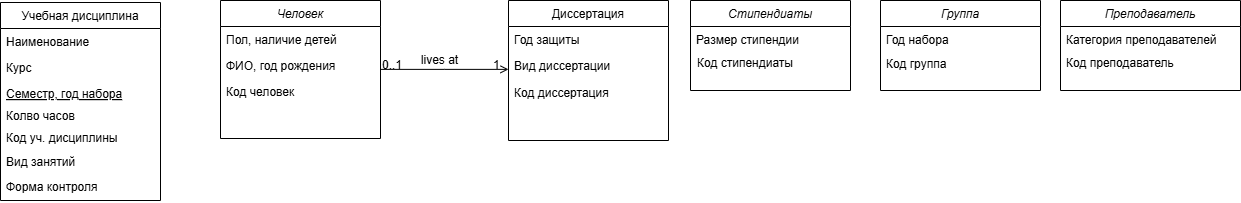
The draw.io diagram БД 2 Хорошилова.drawio.png in ksinph/PSTU_LABS_2023, before a commit. Source tidied: cells renumbered, new cells last; positions are measured from the earlier drawing's top-left corner, leaving out a move shared by most shapes. The source it was exported from:
```xml
<mxGraphModel>
  <root>
    <mxCell id="0" />
    <mxCell id="1" parent="0" />
    <mxCell id="2" value="Человек" style="swimlane;fontStyle=2;align=center;verticalAlign=top;horizontal=1;startSize=26;rounded=0;shadow=0;strokeWidth=1;" parent="1" vertex="1">
      <mxGeometry x="220" width="160" height="138" as="geometry" />
    </mxCell>
    <mxCell id="3" value="Пол, наличие детей" style="text;align=left;verticalAlign=top;spacingLeft=4;spacingRight=4;overflow=hidden;" parent="2" vertex="1">
      <mxGeometry y="26" width="160" height="26" as="geometry" />
    </mxCell>
    <mxCell id="4" value="ФИО, год рождения" style="text;align=left;verticalAlign=top;spacingLeft=4;spacingRight=4;overflow=hidden;rounded=0;shadow=0;html=0;" parent="2" vertex="1">
      <mxGeometry y="52" width="160" height="26" as="geometry" />
    </mxCell>
    <mxCell id="5" value="Код человек" style="text;align=left;verticalAlign=top;spacingLeft=4;spacingRight=4;overflow=hidden;rounded=0;shadow=0;html=0;" parent="2" vertex="1">
      <mxGeometry y="78" width="160" height="26" as="geometry" />
    </mxCell>
    <mxCell id="6" value="Учебная дисциплина" style="swimlane;fontStyle=0;align=center;verticalAlign=top;horizontal=1;startSize=26;rounded=0;shadow=0;strokeWidth=1;" parent="1" vertex="1">
      <mxGeometry y="2" width="160" height="198" as="geometry" />
    </mxCell>
    <mxCell id="7" value="Наименование" style="text;align=left;verticalAlign=top;spacingLeft=4;spacingRight=4;overflow=hidden;" parent="6" vertex="1">
      <mxGeometry y="26" width="160" height="26" as="geometry" />
    </mxCell>
    <mxCell id="8" value="Курс" style="text;align=left;verticalAlign=top;spacingLeft=4;spacingRight=4;overflow=hidden;rounded=0;shadow=0;html=0;" parent="6" vertex="1">
      <mxGeometry y="52" width="160" height="26" as="geometry" />
    </mxCell>
    <mxCell id="9" value="Семестр, год набора" style="text;align=left;verticalAlign=top;spacingLeft=4;spacingRight=4;overflow=hidden;fontStyle=4;" parent="6" vertex="1">
      <mxGeometry y="78" width="160" height="22" as="geometry" />
    </mxCell>
    <mxCell id="10" value="Колво часов" style="text;align=left;verticalAlign=top;spacingLeft=4;spacingRight=4;overflow=hidden;" parent="6" vertex="1">
      <mxGeometry y="100" width="160" height="26" as="geometry" />
    </mxCell>
    <mxCell id="11" value="Диссертация" style="swimlane;fontStyle=0;align=center;verticalAlign=top;horizontal=1;startSize=26;rounded=0;shadow=0;strokeWidth=1;" parent="1" vertex="1">
      <mxGeometry x="508" width="160" height="140" as="geometry" />
    </mxCell>
    <mxCell id="12" value="Год защиты" style="text;align=left;verticalAlign=top;spacingLeft=4;spacingRight=4;overflow=hidden;" parent="11" vertex="1">
      <mxGeometry y="26" width="160" height="26" as="geometry" />
    </mxCell>
    <mxCell id="13" value="Вид диссертации" style="text;align=left;verticalAlign=top;spacingLeft=4;spacingRight=4;overflow=hidden;rounded=0;shadow=0;html=0;" parent="11" vertex="1">
      <mxGeometry y="52" width="160" height="26" as="geometry" />
    </mxCell>
    <mxCell id="14" style="endArrow=open;shadow=0;strokeWidth=1;rounded=0;curved=0;endFill=1;edgeStyle=elbowEdgeStyle;elbow=vertical;" parent="1" edge="1" source="2" target="11">
      <mxGeometry x="0.5" y="41" relative="1" as="geometry">
        <mxPoint x="-40" y="32" as="offset" />
      </mxGeometry>
    </mxCell>
    <mxCell id="15" value="0..1" style="align=left;verticalAlign=bottom;labelBackgroundColor=none;fontSize=12;" parent="14" vertex="1">
      <mxGeometry x="-1" relative="1" as="geometry">
        <mxPoint y="4" as="offset" />
      </mxGeometry>
    </mxCell>
    <mxCell id="16" value="1" style="align=right;verticalAlign=bottom;labelBackgroundColor=none;fontSize=12;" parent="14" vertex="1">
      <mxGeometry x="1" relative="1" as="geometry">
        <mxPoint x="-7" y="4" as="offset" />
      </mxGeometry>
    </mxCell>
    <mxCell id="17" value="lives at" style="text;html=1;align=center;verticalAlign=middle;labelBackgroundColor=none;rounded=0;shadow=0;strokeWidth=1;fontSize=12;" parent="14" vertex="1">
      <mxGeometry x="0.5" y="49" relative="1" as="geometry">
        <mxPoint x="-38" y="40" as="offset" />
      </mxGeometry>
    </mxCell>
    <mxCell id="18" value="Вид занятий" style="text;align=left;verticalAlign=top;spacingLeft=4;spacingRight=4;overflow=hidden;" parent="1" vertex="1">
      <mxGeometry y="148" width="160" height="26" as="geometry" />
    </mxCell>
    <mxCell id="19" value="Форма контроля" style="text;align=left;verticalAlign=top;spacingLeft=4;spacingRight=4;overflow=hidden;" parent="1" vertex="1">
      <mxGeometry y="173" width="160" height="26" as="geometry" />
    </mxCell>
    <mxCell id="20" value="Стипендиаты" style="swimlane;fontStyle=2;align=center;verticalAlign=top;horizontal=1;startSize=26;rounded=0;shadow=0;strokeWidth=1;" parent="1" vertex="1">
      <mxGeometry x="690" width="160" height="90" as="geometry" />
    </mxCell>
    <mxCell id="21" value="Размер стипендии" style="text;align=left;verticalAlign=top;spacingLeft=4;spacingRight=4;overflow=hidden;" parent="20" vertex="1">
      <mxGeometry y="26" width="160" height="26" as="geometry" />
    </mxCell>
    <mxCell id="22" value="Группа" style="swimlane;fontStyle=2;align=center;verticalAlign=top;horizontal=1;startSize=26;rounded=0;shadow=0;strokeWidth=1;" parent="1" vertex="1">
      <mxGeometry x="880" width="160" height="90" as="geometry" />
    </mxCell>
    <mxCell id="23" value="Год набора" style="text;align=left;verticalAlign=top;spacingLeft=4;spacingRight=4;overflow=hidden;" parent="22" vertex="1">
      <mxGeometry y="26" width="160" height="26" as="geometry" />
    </mxCell>
    <mxCell id="24" value="Преподаватель" style="swimlane;fontStyle=2;align=center;verticalAlign=top;horizontal=1;startSize=26;rounded=0;shadow=0;strokeWidth=1;" parent="1" vertex="1">
      <mxGeometry x="1060" width="180" height="90" as="geometry" />
    </mxCell>
    <mxCell id="25" value="Категория преподавателей" style="text;align=left;verticalAlign=top;spacingLeft=4;spacingRight=4;overflow=hidden;" parent="24" vertex="1">
      <mxGeometry y="26" width="180" height="26" as="geometry" />
    </mxCell>
    <mxCell id="26" value="Код уч. дисциплины" style="text;align=left;verticalAlign=top;spacingLeft=4;spacingRight=4;overflow=hidden;" parent="1" vertex="1">
      <mxGeometry y="124" width="160" height="26" as="geometry" />
    </mxCell>
    <mxCell id="27" value="Код диссертация" style="text;align=left;verticalAlign=top;spacingLeft=4;spacingRight=4;overflow=hidden;rounded=0;shadow=0;html=0;" parent="1" vertex="1">
      <mxGeometry x="508" y="79" width="160" height="26" as="geometry" />
    </mxCell>
    <mxCell id="28" value="Код стипендиаты" style="text;align=left;verticalAlign=top;spacingLeft=4;spacingRight=4;overflow=hidden;" parent="1" vertex="1">
      <mxGeometry x="691" y="49" width="160" height="26" as="geometry" />
    </mxCell>
    <mxCell id="29" value="Код группа" style="text;align=left;verticalAlign=top;spacingLeft=4;spacingRight=4;overflow=hidden;" parent="1" vertex="1">
      <mxGeometry x="880" y="50" width="160" height="26" as="geometry" />
    </mxCell>
    <mxCell id="30" value="Код преподаватель" style="text;align=left;verticalAlign=top;spacingLeft=4;spacingRight=4;overflow=hidden;" parent="1" vertex="1">
      <mxGeometry x="1060" y="49" width="180" height="26" as="geometry" />
    </mxCell>
  </root>
</mxGraphModel>
```
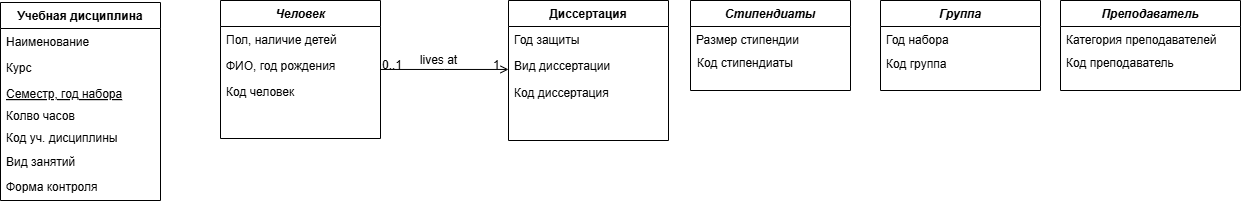
After the commit.

What changed in the source:
```diff
@@ -2,7 +2,7 @@
   <root>
     <mxCell id="0" />
     <mxCell id="1" parent="0" />
-    <mxCell id="2" value="Человек" style="swimlane;fontStyle=2;align=center;verticalAlign=top;horizontal=1;startSize=26;rounded=0;shadow=0;strokeWidth=1;" parent="1" vertex="1">
+    <mxCell id="2" value="Человек" style="swimlane;fontStyle=3;align=center;verticalAlign=top;horizontal=1;startSize=26;rounded=0;shadow=0;strokeWidth=1;" parent="1" vertex="1">
       <mxGeometry x="220" width="160" height="138" as="geometry" />
     </mxCell>
     <mxCell id="3" value="Пол, наличие детей" style="text;align=left;verticalAlign=top;spacingLeft=4;spacingRight=4;overflow=hidden;" parent="2" vertex="1">
@@ -14,7 +14,7 @@
     <mxCell id="5" value="Код человек" style="text;align=left;verticalAlign=top;spacingLeft=4;spacingRight=4;overflow=hidden;rounded=0;shadow=0;html=0;" parent="2" vertex="1">
       <mxGeometry y="78" width="160" height="26" as="geometry" />
     </mxCell>
-    <mxCell id="6" value="Учебная дисциплина" style="swimlane;fontStyle=0;align=center;verticalAlign=top;horizontal=1;startSize=26;rounded=0;shadow=0;strokeWidth=1;" parent="1" vertex="1">
+    <mxCell id="6" value="Учебная дисциплина" style="swimlane;fontStyle=1;align=center;verticalAlign=top;horizontal=1;startSize=26;rounded=0;shadow=0;strokeWidth=1;" parent="1" vertex="1">
       <mxGeometry y="2" width="160" height="198" as="geometry" />
     </mxCell>
     <mxCell id="7" value="Наименование" style="text;align=left;verticalAlign=top;spacingLeft=4;spacingRight=4;overflow=hidden;" parent="6" vertex="1">
@@ -29,7 +29,7 @@
     <mxCell id="10" value="Колво часов" style="text;align=left;verticalAlign=top;spacingLeft=4;spacingRight=4;overflow=hidden;" parent="6" vertex="1">
       <mxGeometry y="100" width="160" height="26" as="geometry" />
     </mxCell>
-    <mxCell id="11" value="Диссертация" style="swimlane;fontStyle=0;align=center;verticalAlign=top;horizontal=1;startSize=26;rounded=0;shadow=0;strokeWidth=1;" parent="1" vertex="1">
+    <mxCell id="11" value="Диссертация" style="swimlane;fontStyle=1;align=center;verticalAlign=top;horizontal=1;startSize=26;rounded=0;shadow=0;strokeWidth=1;" parent="1" vertex="1">
       <mxGeometry x="508" width="160" height="140" as="geometry" />
     </mxCell>
     <mxCell id="12" value="Год защиты" style="text;align=left;verticalAlign=top;spacingLeft=4;spacingRight=4;overflow=hidden;" parent="11" vertex="1">
@@ -64,19 +64,19 @@
     <mxCell id="19" value="Форма контроля" style="text;align=left;verticalAlign=top;spacingLeft=4;spacingRight=4;overflow=hidden;" parent="1" vertex="1">
       <mxGeometry y="173" width="160" height="26" as="geometry" />
     </mxCell>
-    <mxCell id="20" value="Стипендиаты" style="swimlane;fontStyle=2;align=center;verticalAlign=top;horizontal=1;startSize=26;rounded=0;shadow=0;strokeWidth=1;" parent="1" vertex="1">
+    <mxCell id="20" value="Стипендиаты" style="swimlane;fontStyle=3;align=center;verticalAlign=top;horizontal=1;startSize=26;rounded=0;shadow=0;strokeWidth=1;" parent="1" vertex="1">
       <mxGeometry x="690" width="160" height="90" as="geometry" />
     </mxCell>
     <mxCell id="21" value="Размер стипендии" style="text;align=left;verticalAlign=top;spacingLeft=4;spacingRight=4;overflow=hidden;" parent="20" vertex="1">
       <mxGeometry y="26" width="160" height="26" as="geometry" />
     </mxCell>
-    <mxCell id="22" value="Группа" style="swimlane;fontStyle=2;align=center;verticalAlign=top;horizontal=1;startSize=26;rounded=0;shadow=0;strokeWidth=1;" parent="1" vertex="1">
+    <mxCell id="22" value="Группа" style="swimlane;fontStyle=3;align=center;verticalAlign=top;horizontal=1;startSize=26;rounded=0;shadow=0;strokeWidth=1;" parent="1" vertex="1">
       <mxGeometry x="880" width="160" height="90" as="geometry" />
     </mxCell>
     <mxCell id="23" value="Год набора" style="text;align=left;verticalAlign=top;spacingLeft=4;spacingRight=4;overflow=hidden;" parent="22" vertex="1">
       <mxGeometry y="26" width="160" height="26" as="geometry" />
     </mxCell>
-    <mxCell id="24" value="Преподаватель" style="swimlane;fontStyle=2;align=center;verticalAlign=top;horizontal=1;startSize=26;rounded=0;shadow=0;strokeWidth=1;" parent="1" vertex="1">
+    <mxCell id="24" value="Преподаватель" style="swimlane;fontStyle=3;align=center;verticalAlign=top;horizontal=1;startSize=26;rounded=0;shadow=0;strokeWidth=1;" parent="1" vertex="1">
       <mxGeometry x="1060" width="180" height="90" as="geometry" />
     </mxCell>
     <mxCell id="25" value="Категория преподавателей" style="text;align=left;verticalAlign=top;spacingLeft=4;spacingRight=4;overflow=hidden;" parent="24" vertex="1">
```
